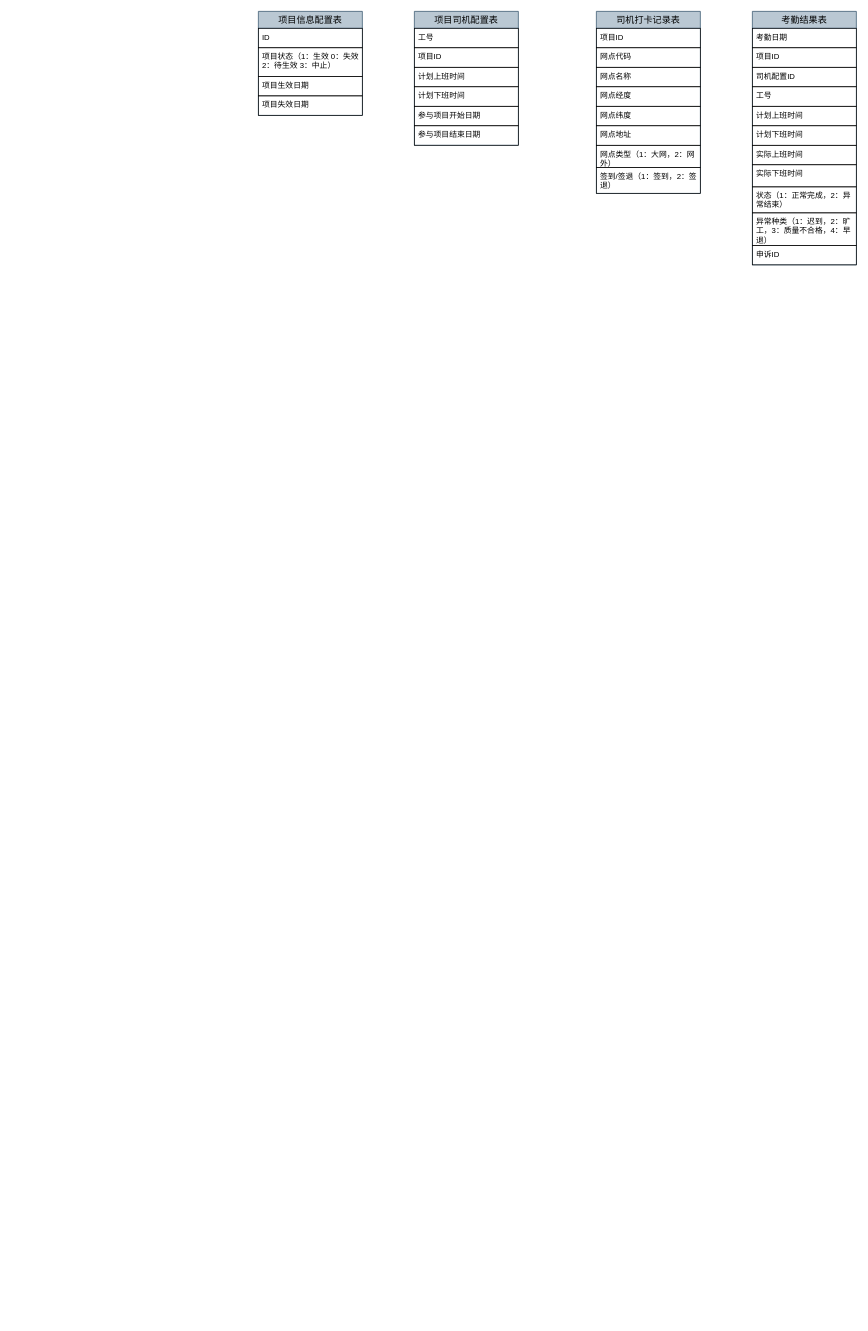
This is backUp/未命名绘图.drawio from fengpan0403/bak1, a draw.io file, before an edit. Source tidied: cells renumbered, new cells numbered last; positions are measured from the earlier drawing's top-left corner, leaving out a move shared by most shapes. Both pictures are drawn from the tidied source at 65%, with x=0, y=0 at pixel (258, 11).
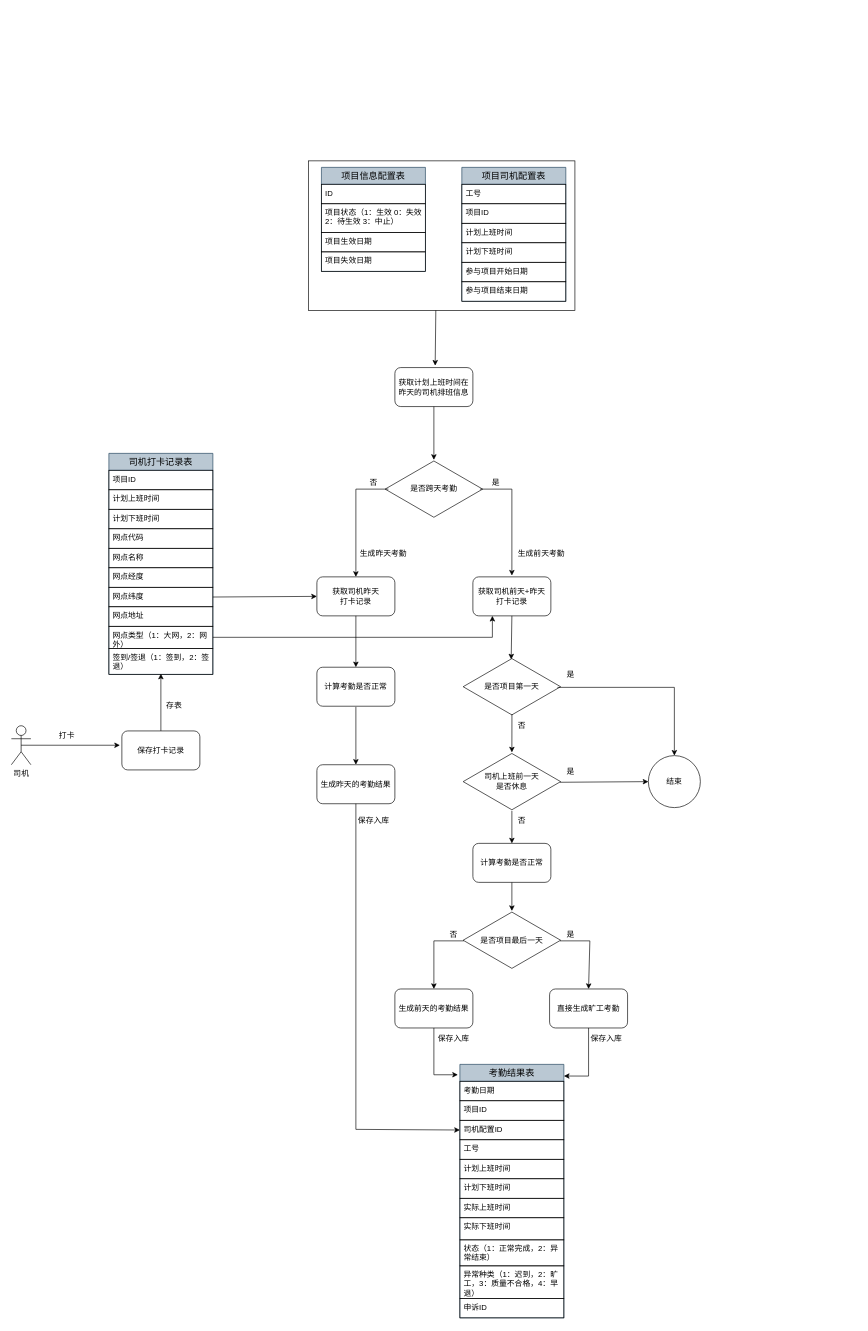
The same diagram, later.

Commit message:
更新未命名绘图.drawio

The change refers to these unchanged cells:
```xml
<mxCell id="26" value="司机配置ID" style="text;strokeColor=default;fillColor=none;spacingLeft=4;spacingRight=4;overflow=hidden;points=[[0,0.5],[1,0.5]];portConstraint=eastwest;fontSize=12;whiteSpace=wrap;html=1;" parent="23" vertex="1">
  <mxGeometry y="86" width="160" height="30" as="geometry" />
</mxCell>
```

What changed in the source:
```diff
@@
+    <mxCell id="35" style="rounded=0;whiteSpace=wrap;html=1;" parent="1" vertex="1">
+      <mxGeometry x="77" y="230" width="410" height="230" as="geometry" />
+    </mxCell>
     <mxCell id="2" value="司机打卡记录表" style="swimlane;fontStyle=0;horizontal=1;startSize=26;align=center;fontSize=14;labelBackgroundColor=none;fillColor=#bac8d3;strokeColor=#23445d;" parent="1" vertex="1">
-      <mxGeometry x="520" width="160" height="280" as="geometry" />
+      <mxGeometry x="-230" y="680" width="160" height="340" as="geometry" />
     </mxCell>
@@
+    <mxCell id="36" value="计划上班时间" style="text;strokeColor=default;fillColor=none;spacingLeft=4;spacingRight=4;overflow=hidden;fontSize=12;whiteSpace=wrap;html=1;" parent="2" vertex="1">
+      <mxGeometry y="56" width="160" height="30" as="geometry" />
+    </mxCell>
+    <mxCell id="37" value="计划下班时间" style="text;strokeColor=default;fillColor=none;spacingLeft=4;spacingRight=4;overflow=hidden;fontSize=12;whiteSpace=wrap;html=1;" parent="2" vertex="1">
+      <mxGeometry y="86" width="160" height="30" as="geometry" />
+    </mxCell>
     <mxCell id="4" value="网点代码" style="text;strokeColor=default;fillColor=none;spacingLeft=4;spacingRight=4;overflow=hidden;fontSize=12;whiteSpace=wrap;html=1;" parent="2" vertex="1">
-      <mxGeometry y="56" width="160" height="30" as="geometry" />
+      <mxGeometry y="116" width="160" height="30" as="geometry" />
     </mxCell>
     <mxCell id="5" value="网点名称" style="text;strokeColor=default;fillColor=none;spacingLeft=4;spacingRight=4;overflow=hidden;fontSize=12;whiteSpace=wrap;html=1;" parent="2" vertex="1">
-      <mxGeometry y="86" width="160" height="30" as="geometry" />
+      <mxGeometry y="146" width="160" height="30" as="geometry" />
     </mxCell>
     <mxCell id="6" value="网点经度" style="text;strokeColor=default;fillColor=none;spacingLeft=4;spacingRight=4;overflow=hidden;fontSize=12;whiteSpace=wrap;html=1;" parent="2" vertex="1">
-      <mxGeometry y="116" width="160" height="30" as="geometry" />
+      <mxGeometry y="176" width="160" height="30" as="geometry" />
     </mxCell>
     <mxCell id="7" value="网点纬度" style="text;strokeColor=default;fillColor=none;spacingLeft=4;spacingRight=4;overflow=hidden;points=[[0,0.5],[1,0.5]];portConstraint=eastwest;fontSize=12;whiteSpace=wrap;html=1;" parent="2" vertex="1">
-      <mxGeometry y="146" width="160" height="30" as="geometry" />
+      <mxGeometry y="206" width="160" height="30" as="geometry" />
     </mxCell>
     <mxCell id="8" value="网点地址" style="text;strokeColor=default;fillColor=none;spacingLeft=4;spacingRight=4;overflow=hidden;fontSize=12;whiteSpace=wrap;html=1;" parent="2" vertex="1">
-      <mxGeometry y="176" width="160" height="30" as="geometry" />
+      <mxGeometry y="236" width="160" height="30" as="geometry" />
     </mxCell>
     <mxCell id="9" value="网点类型（1：大网，2：网外）" style="text;strokeColor=default;fillColor=none;spacingLeft=4;spacingRight=4;overflow=hidden;points=[[0,0.5],[1,0.5]];portConstraint=eastwest;fontSize=12;whiteSpace=wrap;html=1;" parent="2" vertex="1">
-      <mxGeometry y="206" width="160" height="34" as="geometry" />
+      <mxGeometry y="266" width="160" height="34" as="geometry" />
     </mxCell>
     <mxCell id="10" value="签到/签退（1：签到，2：签退）" style="text;strokeColor=default;fillColor=none;spacingLeft=4;spacingRight=4;overflow=hidden;fontSize=12;whiteSpace=wrap;html=1;" parent="2" vertex="1">
-      <mxGeometry y="240" width="160" height="40" as="geometry" />
+      <mxGeometry y="300" width="160" height="40" as="geometry" />
     </mxCell>
     <mxCell id="11" value="项目信息配置表" style="swimlane;fontStyle=0;horizontal=1;startSize=26;align=center;fontSize=14;labelBackgroundColor=none;fillColor=#bac8d3;strokeColor=#23445d;" parent="1" vertex="1">
-      <mxGeometry width="160" height="160" as="geometry" />
+      <mxGeometry x="97" y="240" width="160" height="160" as="geometry" />
     </mxCell>
@@
     <mxCell id="16" value="项目司机配置表" style="swimlane;fontStyle=0;horizontal=1;startSize=26;align=center;fontSize=14;labelBackgroundColor=none;fillColor=#bac8d3;strokeColor=#23445d;" parent="1" vertex="1">
-      <mxGeometry x="240" width="160" height="206" as="geometry" />
+      <mxGeometry x="313" y="240" width="160" height="206" as="geometry" />
     </mxCell>
@@
     <mxCell id="23" value="考勤结果表" style="swimlane;fontStyle=0;horizontal=1;startSize=26;align=center;fontSize=14;labelBackgroundColor=none;fillColor=#bac8d3;strokeColor=#23445d;" parent="1" vertex="1">
-      <mxGeometry x="760" width="160" height="390" as="geometry" />
+      <mxGeometry x="310" y="1620" width="160" height="390" as="geometry" />
     </mxCell>
@@
+    <mxCell id="38" style="edgeStyle=orthogonalEdgeStyle;rounded=0;jettySize=auto;html=1;exitX=0.5;exitY=0.5;exitDx=0;exitDy=0;exitPerimeter=0;entryX=-0.025;entryY=0.367;entryDx=0;entryDy=0;entryPerimeter=0;" parent="1" edge="1" source="39" target="40">
+      <mxGeometry relative="1" as="geometry" />
+    </mxCell>
+    <mxCell id="39" value="司机" style="shape=umlActor;verticalLabelPosition=bottom;verticalAlign=top;html=1;outlineConnect=0;" parent="1" vertex="1">
+      <mxGeometry x="-380" y="1099" width="30" height="60" as="geometry" />
+    </mxCell>
+    <mxCell id="40" value="保存打卡记录" style="rounded=1;whiteSpace=wrap;html=1;" parent="1" vertex="1">
+      <mxGeometry x="-210" y="1107" width="120" height="60" as="geometry" />
+    </mxCell>
+    <mxCell id="41" value="打卡" style="text;html=1;align=center;verticalAlign=middle;strokeColor=none;fillColor=none;" parent="1" vertex="1">
+      <mxGeometry x="-320" y="1099" width="50" height="30" as="geometry" />
+    </mxCell>
+    <mxCell id="42" value="获取计划上班时间在昨天的司机排班信息" style="rounded=1;whiteSpace=wrap;html=1;" parent="1" vertex="1">
+      <mxGeometry x="210" y="548" width="120" height="60" as="geometry" />
+    </mxCell>
+    <mxCell id="43" style="endArrow=classic;html=1;rounded=0;exitX=0.5;exitY=0;exitDx=0;exitDy=0;" parent="1" edge="1" source="40">
+      <mxGeometry relative="1" as="geometry">
+        <mxPoint x="-150" y="1019" as="targetPoint" />
+      </mxGeometry>
+    </mxCell>
+    <mxCell id="44" value="存表" style="text;html=1;align=center;verticalAlign=middle;strokeColor=none;fillColor=none;" parent="1" vertex="1">
+      <mxGeometry x="-155" y="1054" width="50" height="30" as="geometry" />
+    </mxCell>
+    <mxCell id="45" style="endArrow=classic;html=1;rounded=0;exitX=0.5;exitY=1;exitDx=0;exitDy=0;entryX=0.592;entryY=-0.05;entryDx=0;entryDy=0;entryPerimeter=0;" parent="1" edge="1">
+      <mxGeometry relative="1" as="geometry">
+        <mxPoint x="273" y="460" as="sourcePoint" />
+        <mxPoint x="272" y="545" as="targetPoint" />
+      </mxGeometry>
+    </mxCell>
+    <mxCell id="46" style="endArrow=classic;html=1;rounded=0;exitX=0.5;exitY=1;exitDx=0;exitDy=0;" parent="1" edge="1" source="42">
+      <mxGeometry relative="1" as="geometry">
+        <mxPoint x="270" y="690" as="targetPoint" />
+      </mxGeometry>
+    </mxCell>
+    <mxCell id="47" value="是否跨天考勤" style="html=1;whiteSpace=wrap;shape=isoRectangle;" parent="1" vertex="1">
+      <mxGeometry x="195" y="690" width="150" height="90" as="geometry" />
+    </mxCell>
+    <mxCell id="48" value="获取司机昨天&lt;br&gt;打卡记录" style="rounded=1;whiteSpace=wrap;html=1;" parent="1" vertex="1">
+      <mxGeometry x="90" y="870" width="120" height="60" as="geometry" />
+    </mxCell>
+    <mxCell id="49" value="获取司机前天+昨天&lt;br&gt;打卡记录" style="rounded=1;whiteSpace=wrap;html=1;" parent="1" vertex="1">
+      <mxGeometry x="330" y="870" width="120" height="60" as="geometry" />
+    </mxCell>
+    <mxCell id="50" style="endArrow=classic;html=1;rounded=0;entryX=0.5;entryY=0;entryDx=0;entryDy=0;" parent="1" edge="1" target="48">
+      <mxGeometry relative="1" as="geometry">
+        <mxPoint x="200" y="735" as="sourcePoint" />
+        <Array as="points">
+          <mxPoint x="150" y="735" />
+        </Array>
+      </mxGeometry>
+    </mxCell>
+    <mxCell id="51" style="endArrow=classic;html=1;rounded=0;entryX=0.5;entryY=0;entryDx=0;entryDy=0;exitX=0.973;exitY=0.522;exitDx=0;exitDy=0;exitPerimeter=0;" parent="1" edge="1">
+      <mxGeometry relative="1" as="geometry">
+        <mxPoint x="340.9" y="735" as="sourcePoint" />
+        <mxPoint x="390" y="868" as="targetPoint" />
+        <Array as="points">
+          <mxPoint x="390" y="735" />
+        </Array>
+      </mxGeometry>
+    </mxCell>
+    <mxCell id="52" value="否" style="text;html=1;align=center;verticalAlign=middle;strokeColor=none;fillColor=none;" parent="1" vertex="1">
+      <mxGeometry x="157" y="710" width="40" height="30" as="geometry" />
+    </mxCell>
+    <mxCell id="53" value="是" style="text;html=1;align=center;verticalAlign=middle;strokeColor=none;fillColor=none;" parent="1" vertex="1">
+      <mxGeometry x="345" y="710" width="40" height="30" as="geometry" />
+    </mxCell>
+    <mxCell id="54" style="endArrow=classic;html=1;rounded=0;entryX=0;entryY=0.5;entryDx=0;entryDy=0;exitX=1;exitY=0.5;exitDx=0;exitDy=0;" parent="1" edge="1" source="7" target="48">
+      <mxGeometry relative="1" as="geometry" />
+    </mxCell>
+    <mxCell id="55" style="endArrow=classic;html=1;rounded=0;exitX=1;exitY=0.5;exitDx=0;exitDy=0;entryX=0.25;entryY=1;entryDx=0;entryDy=0;" parent="1" edge="1" source="9" target="49">
+      <mxGeometry relative="1" as="geometry">
+        <Array as="points">
+          <mxPoint x="360" y="963" />
+        </Array>
+      </mxGeometry>
+    </mxCell>
+    <mxCell id="56" value="是否项目第一天" style="html=1;whiteSpace=wrap;shape=isoRectangle;" parent="1" vertex="1">
+      <mxGeometry x="315" y="994" width="150" height="90" as="geometry" />
+    </mxCell>
+    <mxCell id="57" style="endArrow=classic;html=1;rounded=0;exitX=0.5;exitY=1;exitDx=0;exitDy=0;entryX=0.493;entryY=0.033;entryDx=0;entryDy=0;entryPerimeter=0;" parent="1" edge="1" source="49" target="56">
+      <mxGeometry relative="1" as="geometry" />
+    </mxCell>
+    <mxCell id="58" value="司机上班前一天&lt;br&gt;是否休息" style="html=1;whiteSpace=wrap;shape=isoRectangle;" parent="1" vertex="1">
+      <mxGeometry x="315" y="1140" width="150" height="90" as="geometry" />
+    </mxCell>
+    <mxCell id="59" style="endArrow=classic;html=1;rounded=0;exitX=0.507;exitY=0.956;exitDx=0;exitDy=0;exitPerimeter=0;" parent="1" edge="1">
+      <mxGeometry relative="1" as="geometry">
+        <mxPoint x="390.1" y="1081" as="sourcePoint" />
+        <mxPoint x="390" y="1140" as="targetPoint" />
+      </mxGeometry>
+    </mxCell>
+    <mxCell id="60" value="结束" style="ellipse;whiteSpace=wrap;html=1;" parent="1" vertex="1">
+      <mxGeometry x="600" y="1145" width="80" height="80" as="geometry" />
+    </mxCell>
+    <mxCell id="61" value="否" style="text;html=1;align=center;verticalAlign=middle;strokeColor=none;fillColor=none;" parent="1" vertex="1">
+      <mxGeometry x="385" y="1084" width="40" height="30" as="geometry" />
+    </mxCell>
+    <mxCell id="62" value="计算考勤是否正常" style="rounded=1;whiteSpace=wrap;html=1;" parent="1" vertex="1">
+      <mxGeometry x="330" y="1280" width="120" height="60" as="geometry" />
+    </mxCell>
+    <mxCell id="63" style="endArrow=classic;html=1;rounded=0;entryX=0.5;entryY=0;entryDx=0;entryDy=0;" parent="1" edge="1" target="62">
+      <mxGeometry relative="1" as="geometry">
+        <mxPoint x="390" y="1230" as="sourcePoint" />
+      </mxGeometry>
+    </mxCell>
+    <mxCell id="64" value="否" style="text;html=1;align=center;verticalAlign=middle;strokeColor=none;fillColor=none;" parent="1" vertex="1">
+      <mxGeometry x="385" y="1230" width="40" height="30" as="geometry" />
+    </mxCell>
+    <mxCell id="65" style="endArrow=classic;html=1;rounded=0;exitX=0.993;exitY=0.511;exitDx=0;exitDy=0;exitPerimeter=0;entryX=0;entryY=0.5;entryDx=0;entryDy=0;" parent="1" edge="1" source="58" target="60">
+      <mxGeometry relative="1" as="geometry" />
+    </mxCell>
+    <mxCell id="66" style="endArrow=classic;html=1;rounded=0;exitX=0.967;exitY=0.511;exitDx=0;exitDy=0;exitPerimeter=0;entryX=0.5;entryY=0;entryDx=0;entryDy=0;" parent="1" edge="1" source="56" target="60">
+      <mxGeometry relative="1" as="geometry">
+        <Array as="points">
+          <mxPoint x="640" y="1040" />
+        </Array>
+      </mxGeometry>
+    </mxCell>
+    <mxCell id="67" value="是" style="text;html=1;align=center;verticalAlign=middle;strokeColor=none;fillColor=none;" parent="1" vertex="1">
+      <mxGeometry x="460" y="1005" width="40" height="30" as="geometry" />
+    </mxCell>
+    <mxCell id="68" value="是" style="text;html=1;align=center;verticalAlign=middle;strokeColor=none;fillColor=none;" parent="1" vertex="1">
+      <mxGeometry x="460" y="1155" width="40" height="30" as="geometry" />
+    </mxCell>
+    <mxCell id="69" value="是否项目最后一天" style="html=1;whiteSpace=wrap;shape=isoRectangle;" parent="1" vertex="1">
+      <mxGeometry x="315" y="1384" width="150" height="90" as="geometry" />
+    </mxCell>
+    <mxCell id="70" style="endArrow=classic;html=1;rounded=0;exitX=0.5;exitY=1;exitDx=0;exitDy=0;" parent="1" edge="1" source="62" target="69">
+      <mxGeometry relative="1" as="geometry" />
+    </mxCell>
+    <mxCell id="71" value="生成前天的考勤结果" style="rounded=1;whiteSpace=wrap;html=1;" parent="1" vertex="1">
+      <mxGeometry x="210" y="1504" width="120" height="60" as="geometry" />
+    </mxCell>
+    <mxCell id="72" value="直接生成旷工考勤" style="rounded=1;whiteSpace=wrap;html=1;" parent="1" vertex="1">
+      <mxGeometry x="448" y="1504" width="120" height="60" as="geometry" />
+    </mxCell>
+    <mxCell id="73" style="endArrow=classic;html=1;rounded=0;exitX=0.007;exitY=0.511;exitDx=0;exitDy=0;exitPerimeter=0;entryX=0.5;entryY=0;entryDx=0;entryDy=0;" parent="1" edge="1" source="69" target="71">
+      <mxGeometry relative="1" as="geometry">
+        <Array as="points">
+          <mxPoint x="270" y="1430" />
+        </Array>
+      </mxGeometry>
+    </mxCell>
+    <mxCell id="74" style="endArrow=classic;html=1;rounded=0;exitX=0.993;exitY=0.511;exitDx=0;exitDy=0;exitPerimeter=0;entryX=0.5;entryY=0;entryDx=0;entryDy=0;" parent="1" edge="1" source="69" target="72">
+      <mxGeometry relative="1" as="geometry">
+        <Array as="points">
+          <mxPoint x="510" y="1430" />
+        </Array>
+      </mxGeometry>
+    </mxCell>
+    <mxCell id="75" value="是" style="text;html=1;align=center;verticalAlign=middle;strokeColor=none;fillColor=none;" parent="1" vertex="1">
+      <mxGeometry x="460" y="1405" width="40" height="30" as="geometry" />
+    </mxCell>
+    <mxCell id="76" value="否" style="text;html=1;align=center;verticalAlign=middle;strokeColor=none;fillColor=none;" parent="1" vertex="1">
+      <mxGeometry x="280" y="1405" width="40" height="30" as="geometry" />
+    </mxCell>
+    <mxCell id="77" style="endArrow=classic;html=1;rounded=0;exitX=0.5;exitY=1;exitDx=0;exitDy=0;entryX=-0.019;entryY=0.041;entryDx=0;entryDy=0;entryPerimeter=0;" parent="1" edge="1" source="71" target="23">
+      <mxGeometry relative="1" as="geometry">
+        <Array as="points">
+          <mxPoint x="270" y="1636" />
+        </Array>
+      </mxGeometry>
+    </mxCell>
+    <mxCell id="78" style="endArrow=classic;html=1;rounded=0;exitX=0.5;exitY=1;exitDx=0;exitDy=0;entryX=1;entryY=0.046;entryDx=0;entryDy=0;entryPerimeter=0;" parent="1" edge="1" source="72" target="23">
+      <mxGeometry relative="1" as="geometry">
+        <Array as="points">
+          <mxPoint x="508" y="1638" />
+        </Array>
+      </mxGeometry>
+    </mxCell>
+    <mxCell id="79" value="保存入库" style="text;html=1;align=center;verticalAlign=middle;strokeColor=none;fillColor=none;" parent="1" vertex="1">
+      <mxGeometry x="265" y="1565" width="70" height="30" as="geometry" />
+    </mxCell>
+    <mxCell id="80" value="保存入库" style="text;html=1;align=center;verticalAlign=middle;strokeColor=none;fillColor=none;" parent="1" vertex="1">
+      <mxGeometry x="500" y="1565" width="70" height="30" as="geometry" />
+    </mxCell>
+    <mxCell id="81" value="计算考勤是否正常" style="rounded=1;whiteSpace=wrap;html=1;" parent="1" vertex="1">
+      <mxGeometry x="90" y="1009" width="120" height="60" as="geometry" />
+    </mxCell>
+    <mxCell id="82" style="endArrow=classic;html=1;rounded=0;exitX=0.5;exitY=1;exitDx=0;exitDy=0;" parent="1" edge="1" source="48" target="81">
+      <mxGeometry relative="1" as="geometry" />
+    </mxCell>
+    <mxCell id="83" value="生成昨天的考勤结果" style="rounded=1;whiteSpace=wrap;html=1;" parent="1" vertex="1">
+      <mxGeometry x="90" y="1159" width="120" height="60" as="geometry" />
+    </mxCell>
+    <mxCell id="84" style="endArrow=classic;html=1;rounded=0;entryX=0.5;entryY=0;entryDx=0;entryDy=0;" parent="1" edge="1" target="83">
+      <mxGeometry relative="1" as="geometry">
+        <mxPoint x="150" y="1070" as="sourcePoint" />
+      </mxGeometry>
+    </mxCell>
+    <mxCell id="85" style="endArrow=classic;html=1;rounded=0;exitX=0.5;exitY=1;exitDx=0;exitDy=0;entryX=0;entryY=0.5;entryDx=0;entryDy=0;" parent="1" edge="1" source="83" target="26">
+      <mxGeometry relative="1" as="geometry">
+        <Array as="points">
+          <mxPoint x="150" y="1720" />
+        </Array>
+      </mxGeometry>
+    </mxCell>
+    <mxCell id="86" value="保存入库" style="text;html=1;align=center;verticalAlign=middle;strokeColor=none;fillColor=none;" parent="1" vertex="1">
+      <mxGeometry x="142" y="1230" width="70" height="30" as="geometry" />
+    </mxCell>
+    <mxCell id="87" value="生成前天考勤" style="text;html=1;align=center;verticalAlign=middle;strokeColor=none;fillColor=none;" parent="1" vertex="1">
+      <mxGeometry x="385" y="820" width="100" height="30" as="geometry" />
+    </mxCell>
+    <mxCell id="88" value="生成昨天考勤" style="text;html=1;align=center;verticalAlign=middle;strokeColor=none;fillColor=none;" parent="1" vertex="1">
+      <mxGeometry x="142" y="820" width="100" height="30" as="geometry" />
+    </mxCell>
```
